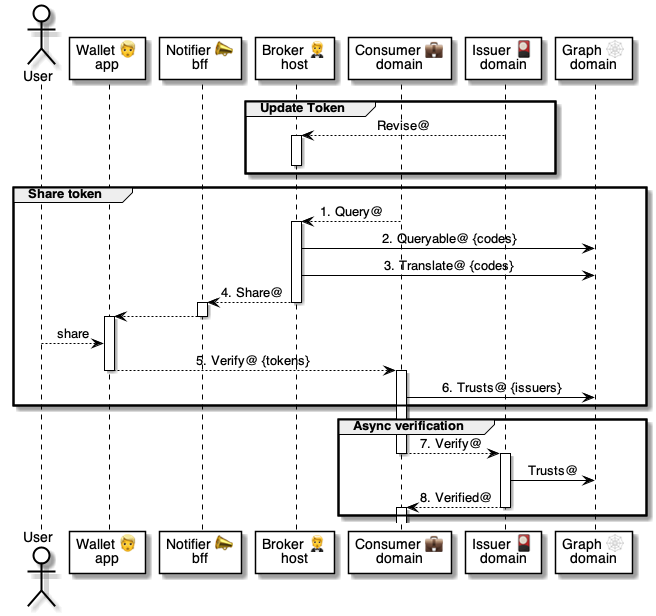
This is 5 ⏩ Flows/04 💼⏩ Consumers/.📎 Assets/⚙️ Query Token.png from pollyweb-org/pollyweb-docs, a PlantUML export, as it was before one commit. Its source is kept beside it as 5 ⏩ Flows/04 💼⏩ Consumers/.📎 Assets/⚙️ Query Token.puml.
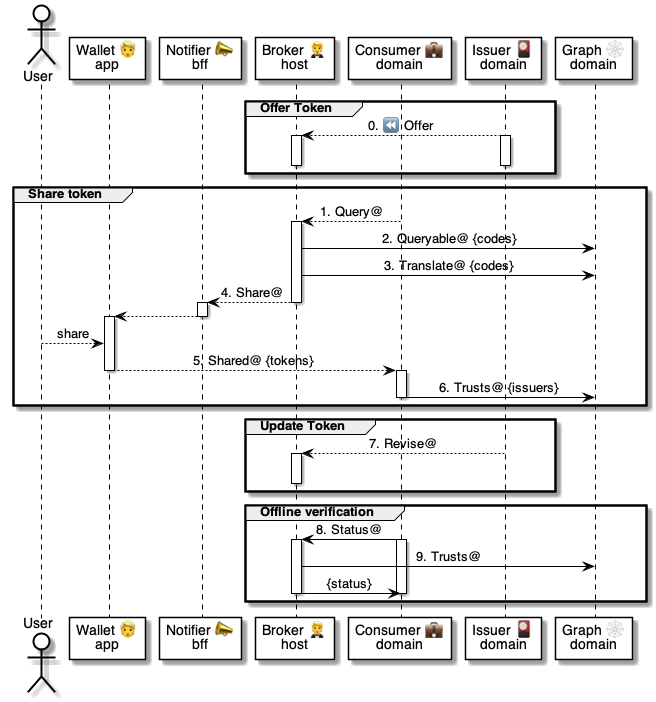
The same file after the commit.

The edit, as a diff of the source:
```diff
@@ -10,10 +10,12 @@
 participant "Graph 🕸\ndomain" as graph
 
 
-group Update Token
-    issuer --> broker: Revise@
+group Offer Token
+    issuer --> broker: 0. ⏪ Offer
     activate broker
+    activate issuer
     deactivate broker
+    deactivate issuer
 end group
 
 
@@ -33,26 +35,31 @@
 
     activate wallet
         user --> wallet: share
-        wallet --> consumer: 5. Verify@ {tokens}
+        wallet --> consumer: 5. Shared@ {tokens}
     deactivate wallet
 
     activate consumer
         consumer -> graph: 6. Trusts@ {issuers}
+    deactivate consumer
 
 end group
 
+group Update Token
+    issuer --> broker: 7. Revise@
+    activate broker
+    deactivate broker
+end group
 
-group Async verification
+group Offline verification
 
-    consumer --> issuer: 7. Verify@
-    deactivate consumer
+    consumer -> broker: 8. Status@
 
-    activate issuer
-        issuer -> graph: Trusts@
-        issuer --> consumer: 8. Verified@
-    deactivate issuer
+    activate broker
+    activate consumer
+        broker -> graph: 9. Trusts@
+        broker -> consumer: {status}
+    deactivate broker
 
-    activate consumer
     deactivate consumer
 
 end group
```
